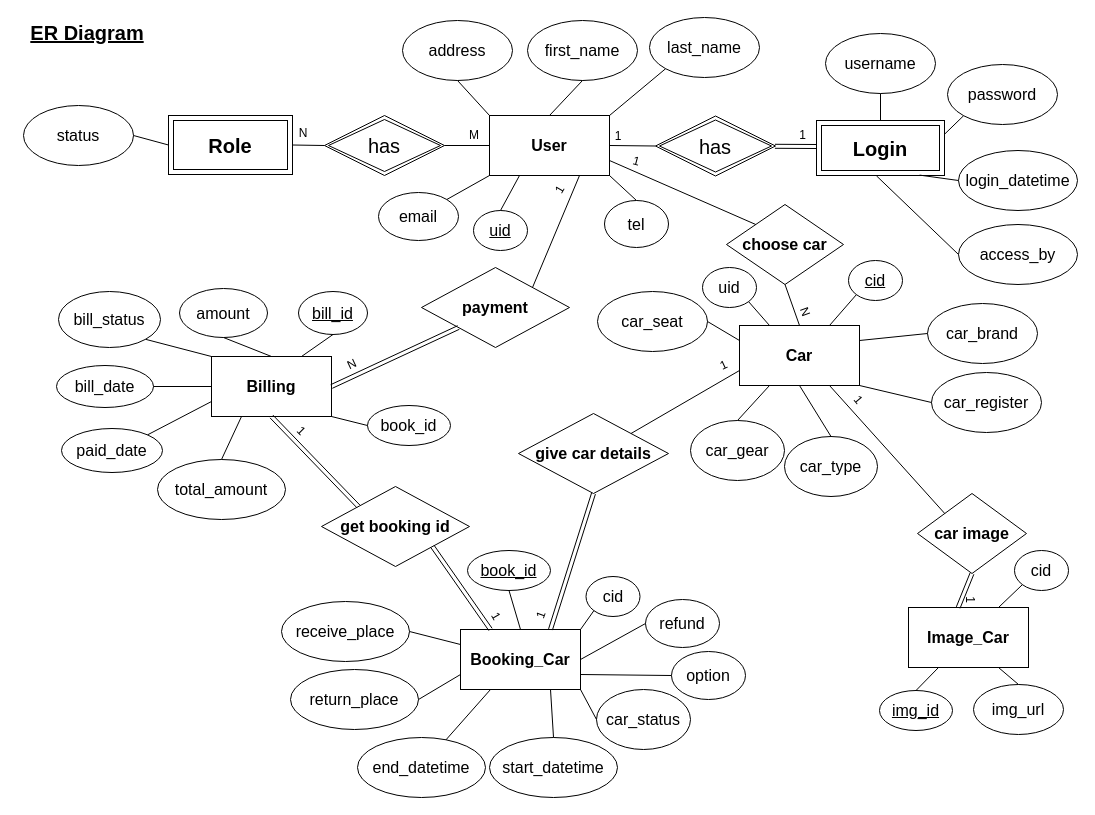
Earlier version of the draw.io diagram page "ER Diagram" (1 of 4) of Online_Car_Rental_System.drawio (Werayootk/Online_Car_Rental_System). Source tidied: cells renumbered, new cells numbered last; positions are measured from the earlier drawing's top-left corner, leaving out a move shared by most shapes. Both pictures are drawn from the tidied source at 100%, with x=0, y=0 at pixel (17, 17).
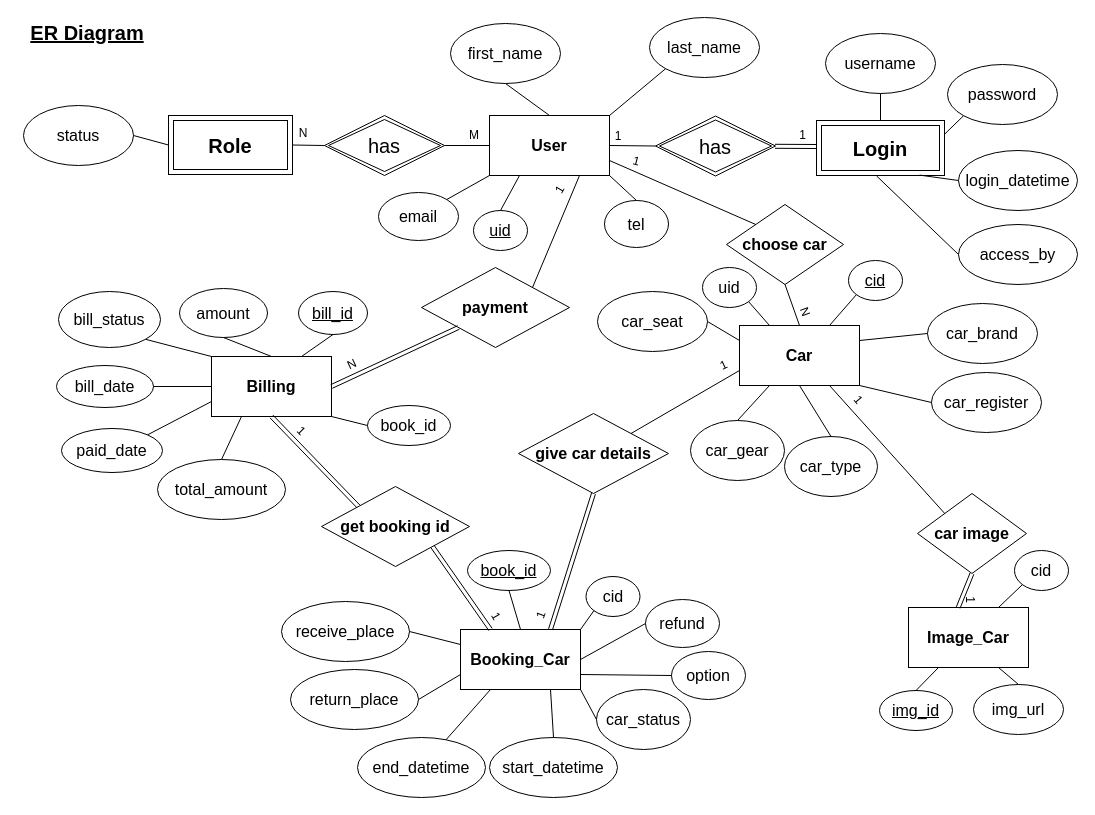
After the change.

The change refers to these unchanged cells:
```xml
<mxCell id="3" value="&lt;b&gt;User&lt;/b&gt;" style="rounded=0;whiteSpace=wrap;html=1;labelBorderColor=none;fontSize=16;fontColor=#000000;strokeColor=#000000;fillColor=none;" parent="1" vertex="1">
  <mxGeometry x="472" y="98" width="120" height="60" as="geometry" />
</mxCell>
```

Change to the diagram source:
```diff
@@
-    <mxCell id="5" value="address" style="ellipse;whiteSpace=wrap;html=1;labelBorderColor=none;fontSize=16;fontColor=#000000;strokeColor=#000000;fillColor=none;" parent="1" vertex="1">
-      <mxGeometry x="385" y="3" width="110" height="60" as="geometry" />
-    </mxCell>
@@
     <mxCell id="7" value="first_name" style="ellipse;whiteSpace=wrap;html=1;labelBorderColor=none;fontSize=16;fontColor=#000000;strokeColor=#000000;fillColor=none;" parent="1" vertex="1">
-      <mxGeometry x="510" y="3" width="110" height="60" as="geometry" />
+      <mxGeometry x="433" y="6" width="110" height="60" as="geometry" />
     </mxCell>
@@
-    <mxCell id="11" style="endArrow=none;html=1;rounded=0;fontSize=16;fontColor=#000000;exitX=0;exitY=0;exitDx=0;exitDy=0;entryX=0.5;entryY=1;entryDx=0;entryDy=0;" parent="1" edge="1" source="3" target="5">
-      <mxGeometry relative="1" as="geometry" />
-    </mxCell>
```
